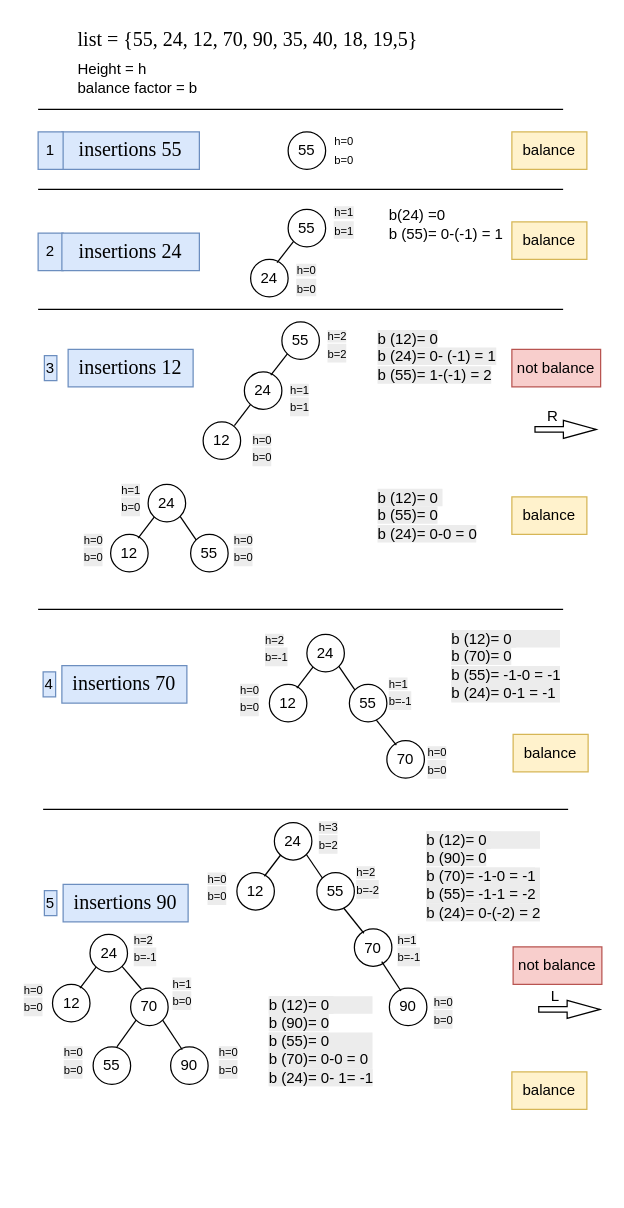
This is page "Page-7" (7 of 9) of Untitled Diagram.drawio from FatimahAli313/Project_1, a draw.io file, before an edit. Source tidied: cells renumbered, new cells numbered last; positions are measured from the earlier drawing's top-left corner, leaving out a move shared by most shapes. Both pictures are drawn from the tidied source at 125%, with x=0, y=0 at pixel (20, 21).
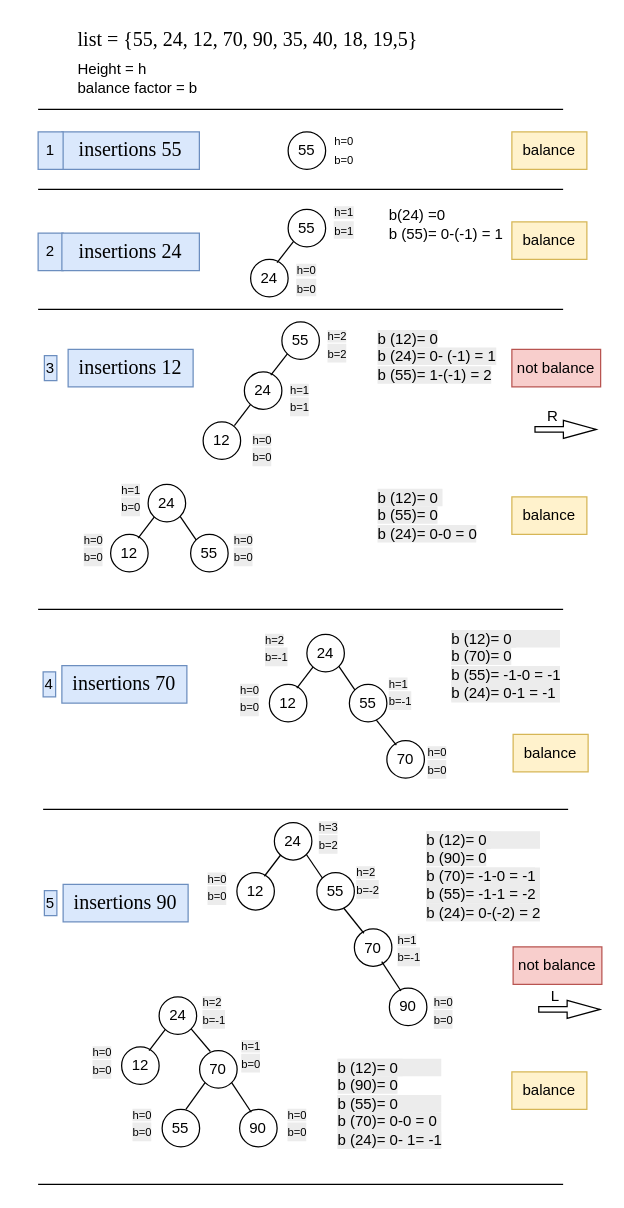
Above is the later version.

What changed in the source:
```diff
@@
     <mxCell id="81" value="24" style="ellipse;whiteSpace=wrap;html=1;" parent="1" vertex="1">
-      <mxGeometry x="55.5" y="730" width="30" height="30" as="geometry" />
+      <mxGeometry x="110.8" y="780" width="30" height="30" as="geometry" />
     </mxCell>
     <mxCell id="82" value="55" style="ellipse;whiteSpace=wrap;html=1;" parent="1" vertex="1">
-      <mxGeometry x="58" y="820" width="30" height="30" as="geometry" />
+      <mxGeometry x="113.2" y="870" width="30" height="30" as="geometry" />
     </mxCell>
@@
     <mxCell id="84" value="12" style="ellipse;whiteSpace=wrap;html=1;" parent="1" vertex="1">
-      <mxGeometry x="25.5" y="770" width="30" height="30" as="geometry" />
+      <mxGeometry x="80.8" y="820" width="30" height="30" as="geometry" />
     </mxCell>
     <mxCell id="85" style="endArrow=none;html=1;rounded=0;entryX=0;entryY=1;entryDx=0;entryDy=0;exitX=0.705;exitY=0.086;exitDx=0;exitDy=0;exitPerimeter=0;" parent="1" edge="1">
       <mxGeometry relative="1" as="geometry">
-        <mxPoint x="47.5" y="773" as="sourcePoint" />
-        <mxPoint x="60.5" y="756" as="targetPoint" />
+        <mxPoint x="102.8" y="823" as="sourcePoint" />
+        <mxPoint x="115.8" y="806" as="targetPoint" />
       </mxGeometry>
     </mxCell>
     <mxCell id="86" value="&lt;font style=&quot;forced-color-adjust: none; color: rgb(0, 0, 0); font-family: Helvetica; font-style: normal; font-variant-ligatures: normal; font-variant-caps: normal; font-weight: 400; letter-spacing: normal; orphans: 2; text-align: center; text-indent: 0px; text-transform: none; widows: 2; word-spacing: 0px; -webkit-text-stroke-width: 0px; white-space: normal; text-decoration-thickness: initial; text-decoration-style: initial; text-decoration-color: initial; background-color: rgb(236, 236, 236); font-size: 9px;&quot;&gt;h=0&lt;/font&gt;&lt;div style=&quot;forced-color-adjust: none; color: rgb(0, 0, 0); font-family: Helvetica; font-size: 12px; font-style: normal; font-variant-ligatures: normal; font-variant-caps: normal; font-weight: 400; letter-spacing: normal; orphans: 2; text-align: center; text-indent: 0px; text-transform: none; widows: 2; word-spacing: 0px; -webkit-text-stroke-width: 0px; white-space: normal; text-decoration-thickness: initial; text-decoration-style: initial; text-decoration-color: initial; background-color: rgb(236, 236, 236);&quot;&gt;&lt;font style=&quot;forced-color-adjust: none; font-size: 9px;&quot;&gt;b=0&lt;/font&gt;&lt;/div&gt;" style="text;whiteSpace=wrap;html=1;" parent="1" vertex="1">
-      <mxGeometry x="0.5" y="760" width="20" height="30" as="geometry" />
+      <mxGeometry x="55.8" y="810" width="20" height="30" as="geometry" />
     </mxCell>
     <mxCell id="87" value="70" style="ellipse;whiteSpace=wrap;html=1;" parent="1" vertex="1">
-      <mxGeometry x="88" y="773" width="30" height="30" as="geometry" />
+      <mxGeometry x="143.2" y="823" width="30" height="30" as="geometry" />
     </mxCell>
     <mxCell id="88" style="endArrow=none;html=1;rounded=0;exitX=0;exitY=1;exitDx=0;exitDy=0;" parent="1" edge="1" source="87">
       <mxGeometry relative="1" as="geometry">
-        <mxPoint x="77" y="820" as="targetPoint" />
+        <mxPoint x="132.2" y="870" as="targetPoint" />
       </mxGeometry>
     </mxCell>
     <mxCell id="89" value="&lt;font style=&quot;forced-color-adjust: none; color: rgb(0, 0, 0); font-family: Helvetica; font-style: normal; font-variant-ligatures: normal; font-variant-caps: normal; font-weight: 400; letter-spacing: normal; orphans: 2; text-align: center; text-indent: 0px; text-transform: none; widows: 2; word-spacing: 0px; -webkit-text-stroke-width: 0px; white-space: normal; text-decoration-thickness: initial; text-decoration-style: initial; text-decoration-color: initial; background-color: rgb(236, 236, 236); font-size: 9px;&quot;&gt;h=1&lt;/font&gt;&lt;div style=&quot;forced-color-adjust: none; color: rgb(0, 0, 0); font-family: Helvetica; font-size: 12px; font-style: normal; font-variant-ligatures: normal; font-variant-caps: normal; font-weight: 400; letter-spacing: normal; orphans: 2; text-align: center; text-indent: 0px; text-transform: none; widows: 2; word-spacing: 0px; -webkit-text-stroke-width: 0px; white-space: normal; text-decoration-thickness: initial; text-decoration-style: initial; text-decoration-color: initial; background-color: rgb(236, 236, 236);&quot;&gt;&lt;font style=&quot;forced-color-adjust: none; font-size: 9px;&quot;&gt;b=0&lt;/font&gt;&lt;/div&gt;" style="text;whiteSpace=wrap;html=1;" parent="1" vertex="1">
-      <mxGeometry x="119.5" y="755" width="31" height="30" as="geometry" />
+      <mxGeometry x="174.8" y="805" width="31" height="30" as="geometry" />
     </mxCell>
     <mxCell id="90" value="90" style="ellipse;whiteSpace=wrap;html=1;" parent="1" vertex="1">
-      <mxGeometry x="120" y="820" width="30" height="30" as="geometry" />
+      <mxGeometry x="175.2" y="870" width="30" height="30" as="geometry" />
     </mxCell>
@@
     <mxCell id="92" value="&lt;font style=&quot;forced-color-adjust: none; color: rgb(0, 0, 0); font-family: Helvetica; font-style: normal; font-variant-ligatures: normal; font-variant-caps: normal; font-weight: 400; letter-spacing: normal; orphans: 2; text-align: center; text-indent: 0px; text-transform: none; widows: 2; word-spacing: 0px; -webkit-text-stroke-width: 0px; white-space: normal; text-decoration-thickness: initial; text-decoration-style: initial; text-decoration-color: initial; background-color: rgb(236, 236, 236); font-size: 9px;&quot;&gt;h=0&lt;/font&gt;&lt;div style=&quot;forced-color-adjust: none; color: rgb(0, 0, 0); font-family: Helvetica; font-size: 12px; font-style: normal; font-variant-ligatures: normal; font-variant-caps: normal; font-weight: 400; letter-spacing: normal; orphans: 2; text-align: center; text-indent: 0px; text-transform: none; widows: 2; word-spacing: 0px; -webkit-text-stroke-width: 0px; white-space: normal; text-decoration-thickness: initial; text-decoration-style: initial; text-decoration-color: initial; background-color: rgb(236, 236, 236);&quot;&gt;&lt;font style=&quot;forced-color-adjust: none; font-size: 9px;&quot;&gt;b=0&lt;/font&gt;&lt;/div&gt;" style="text;whiteSpace=wrap;html=1;" parent="1" vertex="1">
-      <mxGeometry x="157" y="810" width="20" height="30" as="geometry" />
+      <mxGeometry x="212.2" y="860" width="20" height="30" as="geometry" />
     </mxCell>
     <mxCell id="93" value="&lt;font style=&quot;forced-color-adjust: none; color: rgb(0, 0, 0); font-family: Helvetica; font-style: normal; font-variant-ligatures: normal; font-variant-caps: normal; font-weight: 400; letter-spacing: normal; orphans: 2; text-align: center; text-indent: 0px; text-transform: none; widows: 2; word-spacing: 0px; -webkit-text-stroke-width: 0px; white-space: normal; text-decoration-thickness: initial; text-decoration-style: initial; text-decoration-color: initial; background-color: rgb(236, 236, 236); font-size: 9px;&quot;&gt;h=0&lt;/font&gt;&lt;div style=&quot;forced-color-adjust: none; color: rgb(0, 0, 0); font-family: Helvetica; font-size: 12px; font-style: normal; font-variant-ligatures: normal; font-variant-caps: normal; font-weight: 400; letter-spacing: normal; orphans: 2; text-align: center; text-indent: 0px; text-transform: none; widows: 2; word-spacing: 0px; -webkit-text-stroke-width: 0px; white-space: normal; text-decoration-thickness: initial; text-decoration-style: initial; text-decoration-color: initial; background-color: rgb(236, 236, 236);&quot;&gt;&lt;font style=&quot;forced-color-adjust: none; font-size: 9px;&quot;&gt;b=0&lt;/font&gt;&lt;/div&gt;" style="text;whiteSpace=wrap;html=1;" parent="1" vertex="1">
-      <mxGeometry x="33" y="810" width="20" height="30" as="geometry" />
+      <mxGeometry x="88.2" y="860" width="20" height="30" as="geometry" />
     </mxCell>
     <mxCell id="94" value="&lt;div style=&quot;forced-color-adjust: none; color: rgb(0, 0, 0); font-family: Helvetica; font-size: 12px; font-style: normal; font-variant-ligatures: normal; font-variant-caps: normal; font-weight: 400; letter-spacing: normal; orphans: 2; text-align: left; text-indent: 0px; text-transform: none; widows: 2; word-spacing: 0px; -webkit-text-stroke-width: 0px; white-space: normal; background-color: rgb(236, 236, 236); text-decoration-thickness: initial; text-decoration-style: initial; text-decoration-color: initial;&quot;&gt;&lt;span style=&quot;forced-color-adjust: none; color: rgb(0, 0, 0); background-color: rgb(236, 236, 236); float: none; display: inline !important;&quot;&gt;b (12)= 0&amp;nbsp;&lt;/span&gt;&lt;/div&gt;&lt;span style=&quot;forced-color-adjust: none; color: rgb(0, 0, 0); font-family: Helvetica; font-size: 12px; font-style: normal; font-variant-ligatures: normal; font-variant-caps: normal; font-weight: 400; letter-spacing: normal; orphans: 2; text-align: left; text-indent: 0px; text-transform: none; widows: 2; word-spacing: 0px; -webkit-text-stroke-width: 0px; white-space: normal; text-decoration-thickness: initial; text-decoration-style: initial; text-decoration-color: initial; background-color: rgb(236, 236, 236); float: none; display: inline !important;&quot;&gt;b (90)= 0&lt;/span&gt;&lt;div style=&quot;forced-color-adjust: none; color: rgb(0, 0, 0); font-family: Helvetica; font-size: 12px; font-style: normal; font-variant-ligatures: normal; font-variant-caps: normal; font-weight: 400; letter-spacing: normal; orphans: 2; text-align: left; text-indent: 0px; text-transform: none; widows: 2; word-spacing: 0px; -webkit-text-stroke-width: 0px; white-space: normal; background-color: rgb(236, 236, 236); text-decoration-thickness: initial; text-decoration-style: initial; text-decoration-color: initial;&quot;&gt;&lt;span style=&quot;forced-color-adjust: none; color: rgb(0, 0, 0); background-color: rgb(236, 236, 236); float: none; display: inline !important;&quot;&gt;b (55)= 0&lt;/span&gt;&lt;/div&gt;&lt;div style=&quot;forced-color-adjust: none; color: rgb(0, 0, 0); font-family: Helvetica; font-size: 12px; font-style: normal; font-variant-ligatures: normal; font-variant-caps: normal; font-weight: 400; letter-spacing: normal; orphans: 2; text-align: left; text-indent: 0px; text-transform: none; widows: 2; word-spacing: 0px; -webkit-text-stroke-width: 0px; white-space: normal; background-color: rgb(236, 236, 236); text-decoration-thickness: initial; text-decoration-style: initial; text-decoration-color: initial;&quot;&gt;&lt;span style=&quot;forced-color-adjust: none; color: rgb(0, 0, 0); background-color: rgb(236, 236, 236); float: none; display: inline !important;&quot;&gt;b (70)= 0-0 = 0&lt;/span&gt;&lt;/div&gt;&lt;div style=&quot;forced-color-adjust: none; color: rgb(0, 0, 0); font-family: Helvetica; font-size: 12px; font-style: normal; font-variant-ligatures: normal; font-variant-caps: normal; font-weight: 400; letter-spacing: normal; orphans: 2; text-align: left; text-indent: 0px; text-transform: none; widows: 2; word-spacing: 0px; -webkit-text-stroke-width: 0px; white-space: normal; background-color: rgb(236, 236, 236); text-decoration-thickness: initial; text-decoration-style: initial; text-decoration-color: initial;&quot;&gt;&lt;span style=&quot;forced-color-adjust: none; color: rgb(0, 0, 0); background-color: rgb(236, 236, 236); float: none; display: inline !important;&quot;&gt;b (24)= 0- 1= -1&lt;/span&gt;&lt;/div&gt;" style="text;whiteSpace=wrap;html=1;" parent="1" vertex="1">
-      <mxGeometry x="197" y="773" width="110" height="89.5" as="geometry" />
+      <mxGeometry x="252.2" y="823" width="110" height="89.5" as="geometry" />
     </mxCell>
     <mxCell id="95" value="&lt;font style=&quot;forced-color-adjust: none; color: rgb(0, 0, 0); font-family: Helvetica; font-style: normal; font-variant-ligatures: normal; font-variant-caps: normal; font-weight: 400; letter-spacing: normal; orphans: 2; text-align: center; text-indent: 0px; text-transform: none; widows: 2; word-spacing: 0px; -webkit-text-stroke-width: 0px; white-space: normal; text-decoration-thickness: initial; text-decoration-style: initial; text-decoration-color: initial; background-color: rgb(236, 236, 236); font-size: 9px;&quot;&gt;h=2&lt;/font&gt;&lt;div style=&quot;forced-color-adjust: none; color: rgb(0, 0, 0); font-family: Helvetica; font-size: 12px; font-style: normal; font-variant-ligatures: normal; font-variant-caps: normal; font-weight: 400; letter-spacing: normal; orphans: 2; text-align: center; text-indent: 0px; text-transform: none; widows: 2; word-spacing: 0px; -webkit-text-stroke-width: 0px; white-space: normal; text-decoration-thickness: initial; text-decoration-style: initial; text-decoration-color: initial; background-color: rgb(236, 236, 236);&quot;&gt;&lt;font style=&quot;forced-color-adjust: none; font-size: 9px;&quot;&gt;b=-1&lt;/font&gt;&lt;/div&gt;" style="text;whiteSpace=wrap;html=1;" parent="1" vertex="1">
-      <mxGeometry x="89" y="720" width="31" height="30" as="geometry" />
+      <mxGeometry x="144.2" y="770" width="31" height="30" as="geometry" />
     </mxCell>
@@
+    <mxCell id="98" style="endArrow=none;html=1;rounded=0;" parent="1" edge="1">
+      <mxGeometry relative="1" as="geometry">
+        <mxPoint x="14" y="930" as="sourcePoint" />
+        <mxPoint x="434" y="930" as="targetPoint" />
+      </mxGeometry>
+    </mxCell>
```
